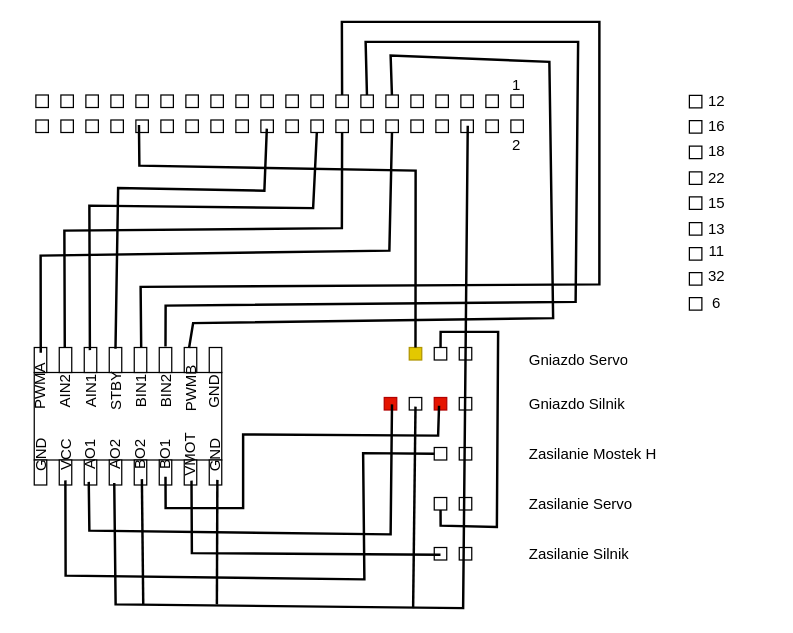
Above: scheme/rc_car_diagram_idc_socket.drawio in MariuszBorek/rc-car (draw.io), before the change. Source tidied: cells renumbered, new cells numbered last; positions are measured from the earlier drawing's top-left corner, leaving out a move shared by most shapes. Both pictures are drawn from the tidied source at 125%, with x=0, y=0 at pixel (2, 21).
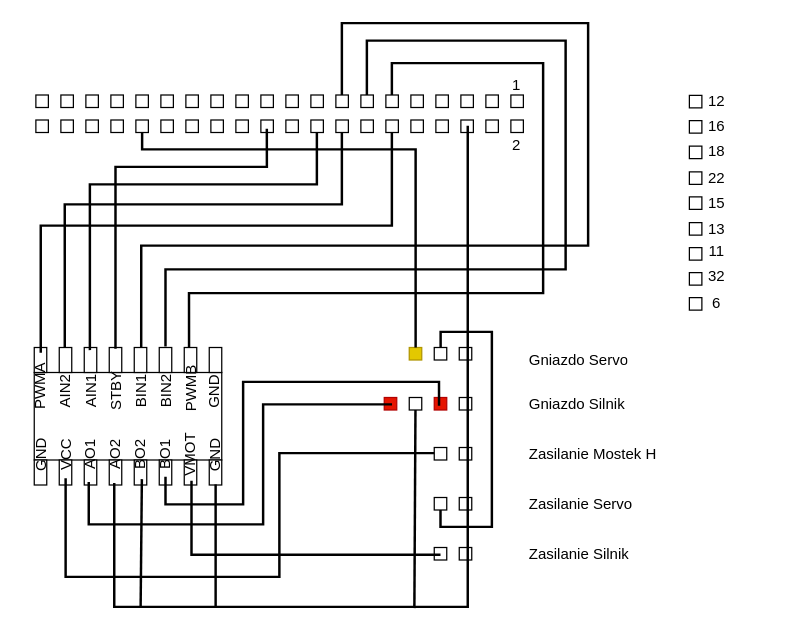
The same diagram, later.

The change refers to these unchanged cells:
```xml
<mxCell id="12" style="rounded=0;whiteSpace=wrap;html=1;fillColor=light-dark(#FFFFFF,#663300);" parent="1" vertex="1">
  <mxGeometry x="44.9" y="260.5" width="10" height="20" as="geometry" />
</mxCell>
<mxCell id="13" style="rounded=0;whiteSpace=wrap;html=1;fillColor=light-dark(#FFFFFF,#FFFFFF);" parent="1" vertex="1">
  <mxGeometry x="64.9" y="260.5" width="10" height="20" as="geometry" />
</mxCell>
<mxCell id="14" style="rounded=0;whiteSpace=wrap;html=1;fillColor=light-dark(#FFFFFF,#007FFF);" parent="1" vertex="1">
  <mxGeometry x="84.9" y="260.5" width="10" height="20" as="geometry" />
</mxCell>
<mxCell id="15" style="rounded=0;whiteSpace=wrap;html=1;fillColor=light-dark(#FFFFFF,#00FF00);" parent="1" vertex="1">
  <mxGeometry x="104.9" y="260.5" width="10" height="20" as="geometry" />
</mxCell>
<mxCell id="16" style="rounded=0;whiteSpace=wrap;html=1;fillColor=light-dark(#FFFFFF,#FF8000);" parent="1" vertex="1">
  <mxGeometry x="124.9" y="260.5" width="10" height="20" as="geometry" />
</mxCell>
<mxCell id="17" style="rounded=0;whiteSpace=wrap;html=1;fillColor=light-dark(#FFFFFF,#7F00FF);" parent="1" vertex="1">
  <mxGeometry x="144.9" y="260.5" width="10" height="20" as="geometry" />
</mxCell>
<mxCell id="20" style="rounded=0;whiteSpace=wrap;html=1;fillColor=light-dark(#FFFFFF,#FF0000);" parent="1" vertex="1">
  <mxGeometry x="344.9" y="260.5" width="10" height="10" as="geometry" />
</mxCell>
<mxCell id="21" style="rounded=0;whiteSpace=wrap;html=1;fillColor=light-dark(#E3C800,#FFFF00);fontColor=#000000;strokeColor=light-dark(#B09500,#FFFFFF);" parent="1" vertex="1">
  <mxGeometry x="324.9" y="260.5" width="10" height="10" as="geometry" />
</mxCell>
<mxCell id="23" style="rounded=0;whiteSpace=wrap;html=1;fillColor=light-dark(#E51400,#FF0000);fontColor=#ffffff;strokeColor=#B20000;" parent="1" vertex="1">
  <mxGeometry x="344.9" y="300.5" width="10" height="10" as="geometry" />
</mxCell>
<mxCell id="24" style="rounded=0;whiteSpace=wrap;html=1;" parent="1" vertex="1">
  <mxGeometry x="324.9" y="300.5" width="10" height="10" as="geometry" />
</mxCell>
<mxCell id="27" style="rounded=0;whiteSpace=wrap;html=1;fillColor=light-dark(#FFFFFF,#FF0000);" parent="1" vertex="1">
  <mxGeometry x="344.9" y="340.5" width="10" height="10" as="geometry" />
</mxCell>
<mxCell id="29" style="rounded=0;whiteSpace=wrap;html=1;fillColor=light-dark(#FFFFFF,#FF0000);" parent="1" vertex="1">
  <mxGeometry x="344.9" y="380.5" width="10" height="10" as="geometry" />
</mxCell>
<mxCell id="42" value="BO1" style="text;html=1;whiteSpace=wrap;strokeColor=none;fillColor=none;align=center;verticalAlign=middle;rounded=0;rotation=-90;" parent="1" vertex="1">
  <mxGeometry x="99.9" y="331.3" width="60" height="30" as="geometry" />
</mxCell>
<mxCell id="65" style="rounded=0;whiteSpace=wrap;html=1;fillColor=light-dark(#FFFFFF,#FF8000);" parent="1" vertex="1">
  <mxGeometry x="286.2" y="58.5" width="10" height="10" as="geometry" />
</mxCell>
<mxCell id="66" style="rounded=0;whiteSpace=wrap;html=1;fillColor=light-dark(#FFFFFF,#80FF00);" parent="1" vertex="1">
  <mxGeometry x="266.2" y="58.5" width="10" height="10" as="geometry" />
</mxCell>
<mxCell id="68" style="rounded=0;whiteSpace=wrap;html=1;fillColor=light-dark(#FFFFFF,#7F00FF);" parent="1" vertex="1">
  <mxGeometry x="306.2" y="58.5" width="10" height="10" as="geometry" />
</mxCell>
<mxCell id="79" style="rounded=0;whiteSpace=wrap;html=1;fillColor=light-dark(#FFFFFF,#007FFF);" parent="1" vertex="1">
  <mxGeometry x="206.2" y="78.5" width="10" height="10" as="geometry" />
</mxCell>
<mxCell id="83" style="rounded=0;whiteSpace=wrap;html=1;fillColor=light-dark(#FFFFFF,#FFFF00);" parent="1" vertex="1">
  <mxGeometry x="106.2" y="78.5" width="10" height="10" as="geometry" />
</mxCell>
<mxCell id="84" style="rounded=0;whiteSpace=wrap;html=1;fillColor=light-dark(#FFFFFF,#FFFFFF);" parent="1" vertex="1">
  <mxGeometry x="246.2" y="78.5" width="10" height="10" as="geometry" />
</mxCell>
<mxCell id="86" style="rounded=0;whiteSpace=wrap;html=1;fillColor=light-dark(#FFFFFF,#994C00);" parent="1" vertex="1">
  <mxGeometry x="266.2" y="78.5" width="10" height="10" as="geometry" />
</mxCell>
<mxCell id="88" style="rounded=0;whiteSpace=wrap;html=1;fillColor=light-dark(#FFFFFF,#33FFFF);" parent="1" vertex="1">
  <mxGeometry x="306.2" y="78.5" width="10" height="10" as="geometry" />
</mxCell>
```

Change to the diagram source:
```diff
@@
-    <mxCell id="113" style="endArrow=none;html=1;rounded=0;strokeColor=light-dark(#000000,#FF0000);strokeWidth=1.9685;" parent="1" edge="1" source="29" target="20">
+    <mxCell id="113" style="endArrow=none;html=1;rounded=0;strokeColor=light-dark(#000000,#FF0000);strokeWidth=1.9685;edgeStyle=orthogonalEdgeStyle;" parent="1" edge="1" source="29" target="20">
       <mxGeometry relative="1" as="geometry">
         <Array as="points">
-          <mxPoint x="350" y="403" />
-          <mxPoint x="395" y="404" />
-          <mxPoint x="396" y="248" />
+          <mxPoint x="350" y="404" />
+          <mxPoint x="391" y="404" />
+          <mxPoint x="391" y="248" />
           <mxPoint x="350" y="248" />
         </Array>
       </mxGeometry>
     </mxCell>
-    <mxCell id="114" style="endArrow=none;html=1;rounded=0;entryX=0.384;entryY=0.665;entryDx=0;entryDy=0;entryPerimeter=0;exitX=0.206;exitY=0.5;exitDx=0;exitDy=0;exitPerimeter=0;strokeColor=light-dark(#000000,#FF0000);orthogonal=0;strokeWidth=1.9685;" parent="1" edge="1" source="42" target="23">
+    <mxCell id="114" style="endArrow=none;html=1;rounded=0;entryX=0.384;entryY=0.665;entryDx=0;entryDy=0;entryPerimeter=0;exitX=0.206;exitY=0.5;exitDx=0;exitDy=0;exitPerimeter=0;strokeColor=light-dark(#000000,#FF0000);orthogonal=0;strokeWidth=1.9685;edgeStyle=orthogonalEdgeStyle;" parent="1" edge="1" source="42" target="23">
       <mxGeometry relative="1" as="geometry">
         <Array as="points">
-          <mxPoint x="130" y="389" />
-          <mxPoint x="192" y="389" />
-          <mxPoint x="192" y="330" />
-          <mxPoint x="348" y="331" />
+          <mxPoint x="130" y="386" />
+          <mxPoint x="192" y="386" />
+          <mxPoint x="192" y="288" />
+          <mxPoint x="349" y="288" />
         </Array>
       </mxGeometry>
     </mxCell>
-    <mxCell id="115" style="endArrow=none;html=1;rounded=0;exitX=0.007;exitY=0.602;exitDx=0;exitDy=0;exitPerimeter=0;entryX=0.989;entryY=0.008;entryDx=0;entryDy=0;entryPerimeter=0;strokeColor=light-dark(#000000,#FF0000);strokeWidth=1.9685;" parent="1" edge="1">
+    <mxCell id="115" style="endArrow=none;html=1;rounded=0;exitX=0.007;exitY=0.602;exitDx=0;exitDy=0;exitPerimeter=0;entryX=0.989;entryY=0.008;entryDx=0;entryDy=0;entryPerimeter=0;strokeColor=light-dark(#000000,#FF0000);strokeWidth=1.9685;edgeStyle=orthogonalEdgeStyle;" parent="1" edge="1">
       <mxGeometry relative="1" as="geometry">
         <mxPoint x="68.5" y="368" as="sourcePoint" />
         <mxPoint x="311.1" y="306" as="targetPoint" />
         <Array as="points">
-          <mxPoint x="69" y="407" />
-          <mxPoint x="310" y="410" />
+          <mxPoint x="68" y="402" />
+          <mxPoint x="208" y="402" />
+          <mxPoint x="208" y="306" />
         </Array>
       </mxGeometry>
     </mxCell>
-    <mxCell id="116" style="endArrow=none;html=1;rounded=0;exitX=0.095;exitY=0.048;exitDx=0;exitDy=0;exitPerimeter=0;strokeColor=light-dark(#000000,#FF0000);strokeWidth=1.9685;" parent="1" edge="1" target="27">
+    <mxCell id="116" style="endArrow=none;html=1;rounded=0;strokeColor=light-dark(#000000,#FF0000);strokeWidth=1.9685;edgeStyle=orthogonalEdgeStyle;" parent="1" edge="1" target="27">
       <mxGeometry relative="1" as="geometry">
-        <mxPoint x="49.8" y="366.8" as="sourcePoint" />
+        <mxPoint x="50" y="365" as="sourcePoint" />
         <Array as="points">
-          <mxPoint x="50" y="443" />
-          <mxPoint x="289" y="446" />
-          <mxPoint x="288" y="345" />
+          <mxPoint x="50" y="444" />
+          <mxPoint x="221" y="444" />
+          <mxPoint x="221" y="345" />
         </Array>
       </mxGeometry>
     </mxCell>
-    <mxCell id="117" style="endArrow=none;html=1;rounded=0;exitX=0.008;exitY=0.043;exitDx=0;exitDy=0;exitPerimeter=0;entryX=0.996;entryY=0.992;entryDx=0;entryDy=0;entryPerimeter=0;strokeColor=light-dark(#000000,#FF0000);strokeWidth=1.9685;" parent="1" edge="1">
+    <mxCell id="117" style="endArrow=none;html=1;rounded=0;exitX=0.008;exitY=0.043;exitDx=0;exitDy=0;exitPerimeter=0;entryX=0.996;entryY=0.992;entryDx=0;entryDy=0;entryPerimeter=0;strokeColor=light-dark(#000000,#FF0000);strokeWidth=1.9685;edgeStyle=orthogonalEdgeStyle;" parent="1" edge="1">
       <mxGeometry relative="1" as="geometry">
         <mxPoint x="150.7" y="367" as="sourcePoint" />
         <mxPoint x="349.9" y="426.3" as="targetPoint" />
         <Array as="points">
-          <mxPoint x="151" y="425" />
+          <mxPoint x="151" y="426" />
         </Array>
       </mxGeometry>
     </mxCell>
-    <mxCell id="118" style="endArrow=none;html=1;rounded=0;entryX=0.233;entryY=0.014;entryDx=0;entryDy=0;entryPerimeter=0;exitX=0.746;exitY=0;exitDx=0;exitDy=0;exitPerimeter=0;strokeColor=light-dark(#000000,#808080);strokeWidth=1.9685;" parent="1" edge="1">
+    <mxCell id="118" style="endArrow=none;html=1;rounded=0;entryX=0.233;entryY=0.014;entryDx=0;entryDy=0;entryPerimeter=0;exitX=0.746;exitY=0;exitDx=0;exitDy=0;exitPerimeter=0;strokeColor=light-dark(#000000,#808080);strokeWidth=1.9685;edgeStyle=orthogonalEdgeStyle;" parent="1" edge="1">
       <mxGeometry relative="1" as="geometry">
         <mxPoint x="371.7" y="83.1" as="sourcePoint" />
         <mxPoint x="88.9" y="368.9" as="targetPoint" />
         <Array as="points">
-          <mxPoint x="368" y="469" />
-          <mxPoint x="90" y="466" />
+          <mxPoint x="372" y="468" />
+          <mxPoint x="89" y="468" />
         </Array>
       </mxGeometry>
     </mxCell>
-    <mxCell id="119" style="endArrow=none;html=1;rounded=0;entryX=0.328;entryY=0.013;entryDx=0;entryDy=0;entryPerimeter=0;strokeColor=light-dark(#000000,#808080);strokeWidth=1.9685;" parent="1" edge="1">
-      <mxGeometry relative="1" as="geometry">
-        <mxPoint x="328" y="469" as="sourcePoint" />
-        <mxPoint x="329.9" y="307.8" as="targetPoint" />
-      </mxGeometry>
-    </mxCell>
-    <mxCell id="120" style="endArrow=none;html=1;rounded=0;entryX=0.839;entryY=0.033;entryDx=0;entryDy=0;entryPerimeter=0;strokeColor=light-dark(#000000,#808080);strokeWidth=1.9685;" parent="1" edge="1">
+    <mxCell id="120" style="endArrow=none;html=1;rounded=0;strokeColor=light-dark(#000000,#808080);strokeWidth=1.9685;" parent="1" edge="1">
       <mxGeometry relative="1" as="geometry">
-        <mxPoint x="171" y="466" as="sourcePoint" />
-        <mxPoint x="171.4" y="366.4" as="targetPoint" />
+        <mxPoint x="170" y="468" as="sourcePoint" />
+        <mxPoint x="170" y="370" as="targetPoint" />
       </mxGeometry>
     </mxCell>
-    <mxCell id="121" style="endArrow=none;html=1;rounded=0;entryX=0.252;entryY=0.005;entryDx=0;entryDy=0;entryPerimeter=0;exitX=0.635;exitY=0.957;exitDx=0;exitDy=0;exitPerimeter=0;strokeColor=light-dark(#000000,#808080);strokeWidth=1.9685;" parent="1" edge="1">
+    <mxCell id="121" style="endArrow=none;html=1;rounded=0;entryX=0.252;entryY=0.005;entryDx=0;entryDy=0;entryPerimeter=0;strokeColor=light-dark(#000000,#808080);strokeWidth=1.9685;" parent="1" edge="1">
       <mxGeometry relative="1" as="geometry">
-        <mxPoint x="112.1" y="466" as="sourcePoint" />
+        <mxPoint x="110" y="468" as="sourcePoint" />
         <mxPoint x="111" y="365.8" as="targetPoint" />
       </mxGeometry>
     </mxCell>
-    <mxCell id="122" style="endArrow=none;html=1;rounded=0;exitX=0.359;exitY=0.962;exitDx=0;exitDy=0;exitPerimeter=0;strokeColor=light-dark(#000000,#00FFFF);strokeWidth=1.9685;" parent="1" edge="1" target="88">
+    <mxCell id="122" style="endArrow=none;html=1;rounded=0;exitX=0.359;exitY=0.962;exitDx=0;exitDy=0;exitPerimeter=0;strokeColor=light-dark(#000000,#00FFFF);strokeWidth=1.9685;edgeStyle=orthogonalEdgeStyle;" parent="1" edge="1" target="88">
       <mxGeometry relative="1" as="geometry">
         <mxPoint x="30.1" y="264.7" as="sourcePoint" />
         <Array as="points">
-          <mxPoint x="30" y="187" />
-          <mxPoint x="309" y="183" />
+          <mxPoint x="30" y="163" />
+          <mxPoint x="311" y="163" />
         </Array>
       </mxGeometry>
     </mxCell>
-    <mxCell id="123" style="endArrow=none;html=1;rounded=0;exitX=0.442;exitY=0.018;exitDx=0;exitDy=0;exitPerimeter=0;strokeWidth=1.9685;strokeColor=light-dark(#000000,#994C00);" parent="1" edge="1" source="12" target="86">
+    <mxCell id="123" style="endArrow=none;html=1;rounded=0;exitX=0.442;exitY=0.018;exitDx=0;exitDy=0;exitPerimeter=0;strokeWidth=1.9685;strokeColor=light-dark(#000000,#994C00);edgeStyle=orthogonalEdgeStyle;" parent="1" edge="1" source="12" target="86">
       <mxGeometry relative="1" as="geometry">
         <Array as="points">
-          <mxPoint x="49" y="167" />
-          <mxPoint x="271" y="165" />
+          <mxPoint x="49" y="146" />
+          <mxPoint x="271" y="146" />
         </Array>
       </mxGeometry>
     </mxCell>
-    <mxCell id="124" style="endArrow=none;html=1;rounded=0;exitX=0.451;exitY=0.105;exitDx=0;exitDy=0;exitPerimeter=0;strokeWidth=1.9685;" parent="1" edge="1" source="13" target="84">
+    <mxCell id="124" style="endArrow=none;html=1;rounded=0;exitX=0.451;exitY=0.105;exitDx=0;exitDy=0;exitPerimeter=0;strokeWidth=1.9685;edgeStyle=orthogonalEdgeStyle;" parent="1" edge="1" source="13" target="84">
       <mxGeometry relative="1" as="geometry">
         <Array as="points">
-          <mxPoint x="69" y="147" />
-          <mxPoint x="248" y="149" />
+          <mxPoint x="69" y="130" />
+          <mxPoint x="251" y="130" />
         </Array>
       </mxGeometry>
     </mxCell>
-    <mxCell id="125" style="endArrow=none;html=1;rounded=0;exitX=0.499;exitY=0.047;exitDx=0;exitDy=0;exitPerimeter=0;entryX=0.476;entryY=0.693;entryDx=0;entryDy=0;entryPerimeter=0;strokeColor=light-dark(#000000,#007FFF);strokeWidth=1.9685;" parent="1" edge="1" source="14" target="79">
+    <mxCell id="125" style="endArrow=none;html=1;rounded=0;exitX=0.499;exitY=0.047;exitDx=0;exitDy=0;exitPerimeter=0;entryX=0.476;entryY=0.693;entryDx=0;entryDy=0;entryPerimeter=0;strokeColor=light-dark(#000000,#007FFF);strokeWidth=1.9685;edgeStyle=orthogonalEdgeStyle;" parent="1" edge="1" source="14" target="79">
       <mxGeometry relative="1" as="geometry">
         <Array as="points">
-          <mxPoint x="92" y="133" />
-          <mxPoint x="209" y="135" />
+          <mxPoint x="90" y="116" />
+          <mxPoint x="211" y="116" />
         </Array>
       </mxGeometry>
     </mxCell>
-    <mxCell id="126" style="endArrow=none;html=1;rounded=0;exitX=0.247;exitY=0.408;exitDx=0;exitDy=0;exitPerimeter=0;strokeWidth=1.9685;strokeColor=light-dark(#000000,#FFFF00);" parent="1" edge="1" source="83" target="21">
+    <mxCell id="126" style="endArrow=none;html=1;rounded=0;strokeWidth=1.9685;strokeColor=light-dark(#000000,#FFFF00);orthogonal=1;edgeStyle=orthogonalEdgeStyle;" parent="1" edge="1" source="83" target="21">
       <mxGeometry relative="1" as="geometry">
         <Array as="points">
-          <mxPoint x="109" y="115" />
-          <mxPoint x="330" y="119" />
+          <mxPoint x="111" y="102" />
+          <mxPoint x="330" y="102" />
         </Array>
       </mxGeometry>
     </mxCell>
-    <mxCell id="127" style="endArrow=none;html=1;rounded=0;exitX=0.556;exitY=0.018;exitDx=0;exitDy=0;exitPerimeter=0;strokeWidth=1.9685;strokeColor=light-dark(#000000,#00FF00);" parent="1" edge="1" source="15" target="66">
+    <mxCell id="127" style="endArrow=none;html=1;rounded=0;exitX=0.556;exitY=0.018;exitDx=0;exitDy=0;exitPerimeter=0;strokeWidth=1.9685;strokeColor=light-dark(#000000,#00FF00);edgeStyle=orthogonalEdgeStyle;" parent="1" edge="1" source="15" target="66">
       <mxGeometry relative="1" as="geometry">
         <Array as="points">
-          <mxPoint x="110" y="212" />
-          <mxPoint x="477" y="210" />
-          <mxPoint x="477" />
-          <mxPoint x="271" />
+          <mxPoint x="110" y="179" />
+          <mxPoint x="468" y="179" />
+          <mxPoint x="468" y="1" />
+          <mxPoint x="271" y="1" />
         </Array>
       </mxGeometry>
     </mxCell>
-    <mxCell id="128" style="endArrow=none;html=1;rounded=0;exitX=0.499;exitY=-0.039;exitDx=0;exitDy=0;exitPerimeter=0;strokeWidth=1.9685;strokeColor=light-dark(#000000,#FF8000);" parent="1" edge="1" source="16" target="65">
+    <mxCell id="128" style="endArrow=none;html=1;rounded=0;exitX=0.499;exitY=-0.039;exitDx=0;exitDy=0;exitPerimeter=0;strokeWidth=1.9685;strokeColor=light-dark(#000000,#FF8000);edgeStyle=orthogonalEdgeStyle;" parent="1" edge="1" source="16" target="65">
       <mxGeometry relative="1" as="geometry">
         <Array as="points">
-          <mxPoint x="130" y="227" />
-          <mxPoint x="458" y="224" />
-          <mxPoint x="460" y="16" />
-          <mxPoint x="290" y="16" />
+          <mxPoint x="130" y="198" />
+          <mxPoint x="450" y="198" />
+          <mxPoint x="450" y="15" />
+          <mxPoint x="291" y="15" />
         </Array>
       </mxGeometry>
     </mxCell>
-    <mxCell id="129" style="endArrow=none;html=1;rounded=0;exitX=0.384;exitY=0.018;exitDx=0;exitDy=0;exitPerimeter=0;strokeWidth=1.9685;strokeColor=light-dark(#000000,#7F00FF);" parent="1" edge="1" source="17" target="68">
+    <mxCell id="129" style="endArrow=none;html=1;rounded=0;exitX=0.384;exitY=0.018;exitDx=0;exitDy=0;exitPerimeter=0;strokeWidth=1.9685;strokeColor=light-dark(#000000,#7F00FF);edgeStyle=orthogonalEdgeStyle;" parent="1" edge="1" source="17" target="68">
       <mxGeometry relative="1" as="geometry">
         <Array as="points">
-          <mxPoint x="152" y="241" />
-          <mxPoint x="440" y="237" />
-          <mxPoint x="437" y="32" />
-          <mxPoint x="310" y="27" />
+          <mxPoint x="149" y="217" />
+          <mxPoint x="432" y="217" />
+          <mxPoint x="432" y="33" />
+          <mxPoint x="311" y="33" />
         </Array>
       </mxGeometry>
     </mxCell>
+    <mxCell id="130" style="endArrow=none;html=1;rounded=0;strokeWidth=1.9685;strokeColor=light-dark(#000000,#808080);" parent="1" edge="1" target="24">
+      <mxGeometry relative="1" as="geometry">
+        <mxPoint x="329" y="469" as="sourcePoint" />
+      </mxGeometry>
+    </mxCell>
```
